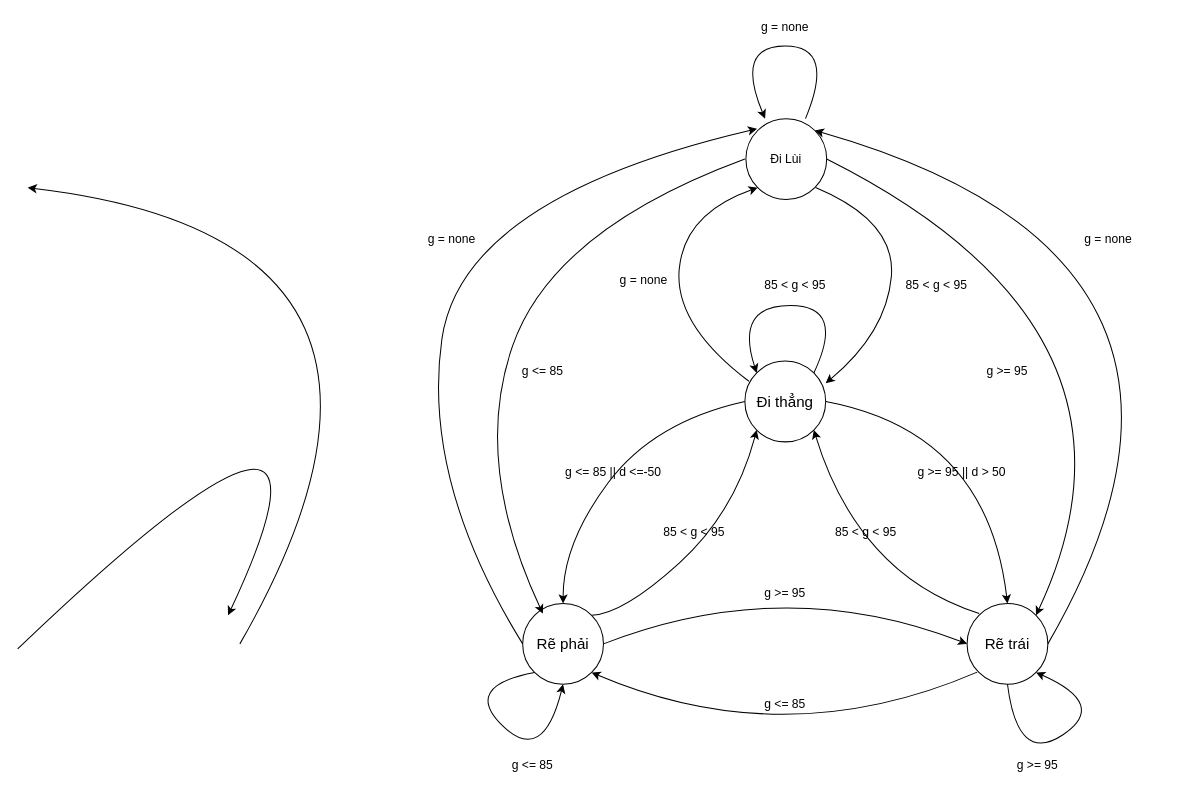
Above: B4.drawio in Dieptranivsr/drawio-github (draw.io), before the change. Source tidied: cells renumbered, new cells numbered last; positions are measured from the earlier drawing's top-left corner, leaving out a move shared by most shapes. Both pictures are drawn from the tidied source at 101%, with x=0, y=0 at pixel (17, 17).
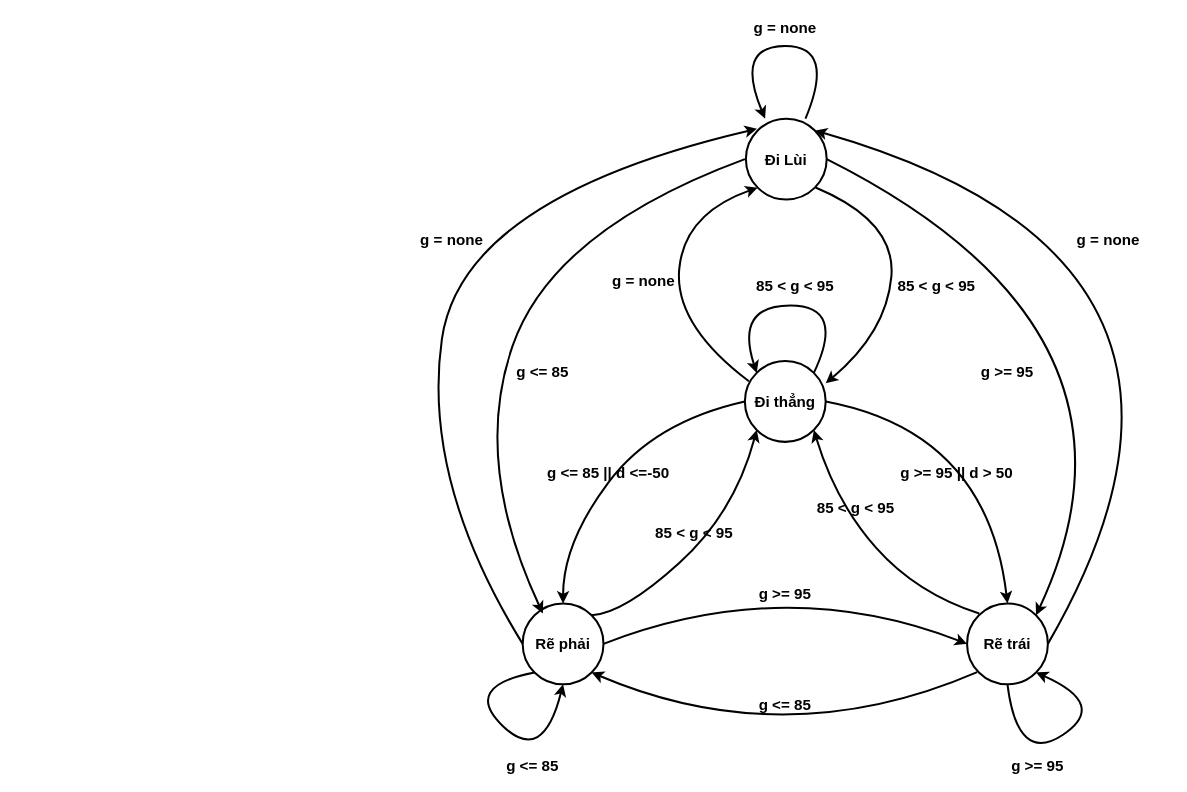
After the change.

Change to the diagram source:
```diff
@@
-    <mxCell id="2" style="curved=1;endArrow=none;html=1;entryX=0;entryY=0.5;entryDx=0;entryDy=0;exitX=0.5;exitY=0;exitDx=0;exitDy=0;startArrow=classic;startFill=1;endFill=0;" parent="1" edge="1" source="6" target="7">
+    <mxCell id="2" style="curved=1;endArrow=none;html=1;entryX=0;entryY=0.5;entryDx=0;entryDy=0;exitX=0.5;exitY=0;exitDx=0;exitDy=0;startArrow=classic;startFill=1;endFill=0;strokeWidth=2;fontSize=15;fontStyle=1;" parent="1" edge="1" source="6" target="7">
       <mxGeometry relative="1" as="geometry">
         <Array as="points">
           <mxPoint x="540" y="520" />
           <mxPoint x="630" y="400" />
         </Array>
       </mxGeometry>
     </mxCell>
-    <mxCell id="3" style="curved=1;endArrow=classic;html=1;exitX=1;exitY=0;exitDx=0;exitDy=0;entryX=0;entryY=1;entryDx=0;entryDy=0;" parent="1" edge="1" source="6" target="7">
+    <mxCell id="3" style="curved=1;endArrow=classic;html=1;exitX=1;exitY=0;exitDx=0;exitDy=0;entryX=0;entryY=1;entryDx=0;entryDy=0;strokeWidth=2;fontSize=15;fontStyle=1;" parent="1" edge="1" source="6" target="7">
       <mxGeometry relative="1" as="geometry">
         <Array as="points">
           <mxPoint x="600" y="590" />
           <mxPoint x="710" y="490" />
         </Array>
       </mxGeometry>
     </mxCell>
-    <mxCell id="4" style="curved=1;endArrow=none;html=1;exitX=1;exitY=1;exitDx=0;exitDy=0;startArrow=classic;startFill=1;endFill=0;" parent="1" edge="1" source="6">
+    <mxCell id="4" style="curved=1;endArrow=none;html=1;exitX=1;exitY=1;exitDx=0;exitDy=0;startArrow=classic;startFill=1;endFill=0;strokeWidth=2;fontSize=15;fontStyle=1;" parent="1" edge="1" source="6">
       <mxGeometry relative="1" as="geometry">
         <mxPoint x="950" y="648" as="targetPoint" />
         <Array as="points">
           <mxPoint x="760" y="730" />
         </Array>
       </mxGeometry>
     </mxCell>
-    <mxCell id="5" style="curved=1;endArrow=none;html=1;entryX=1;entryY=0.5;entryDx=0;entryDy=0;exitX=0.5;exitY=0;exitDx=0;exitDy=0;startArrow=classic;startFill=1;endFill=0;" parent="1" edge="1" source="8" target="7">
+    <mxCell id="5" style="curved=1;endArrow=none;html=1;entryX=1;entryY=0.5;entryDx=0;entryDy=0;exitX=0.5;exitY=0;exitDx=0;exitDy=0;startArrow=classic;startFill=1;endFill=0;strokeWidth=2;fontSize=15;fontStyle=1;" parent="1" edge="1" source="8" target="7">
       <mxGeometry relative="1" as="geometry">
         <Array as="points">
           <mxPoint x="960" y="410" />
         </Array>
       </mxGeometry>
     </mxCell>
-    <mxCell id="6" value="&lt;font style=&quot;font-size: 15px&quot;&gt;Rẽ phải&lt;/font&gt;" style="ellipse;whiteSpace=wrap;html=1;" parent="1" vertex="1">
+    <mxCell id="6" value="&lt;font style=&quot;font-size: 15px;&quot;&gt;Rẽ phải&lt;/font&gt;" style="ellipse;whiteSpace=wrap;html=1;strokeWidth=2;fontSize=15;fontStyle=1;" parent="1" vertex="1">
       <mxGeometry x="500" y="580" width="80" height="80" as="geometry" />
     </mxCell>
-    <mxCell id="7" value="&lt;span style=&quot;font-size: 15px&quot;&gt;Đi thẳng&lt;/span&gt;" style="ellipse;whiteSpace=wrap;html=1;" parent="1" vertex="1">
+    <mxCell id="7" value="&lt;span style=&quot;font-size: 15px;&quot;&gt;Đi thẳng&lt;/span&gt;" style="ellipse;whiteSpace=wrap;html=1;strokeWidth=2;fontSize=15;fontStyle=1;" parent="1" vertex="1">
       <mxGeometry x="720" y="340" width="80" height="80" as="geometry" />
     </mxCell>
-    <mxCell id="8" value="&lt;font style=&quot;font-size: 15px&quot;&gt;Rẽ trái&lt;/font&gt;" style="ellipse;whiteSpace=wrap;html=1;" parent="1" vertex="1">
+    <mxCell id="8" value="&lt;font style=&quot;font-size: 15px;&quot;&gt;Rẽ trái&lt;/font&gt;" style="ellipse;whiteSpace=wrap;html=1;strokeWidth=2;fontSize=15;fontStyle=1;" parent="1" vertex="1">
       <mxGeometry x="940" y="580" width="80" height="80" as="geometry" />
     </mxCell>
-    <mxCell id="9" style="curved=1;endArrow=classic;html=1;entryX=1;entryY=1;entryDx=0;entryDy=0;" parent="1" edge="1" target="7">
+    <mxCell id="9" style="curved=1;endArrow=classic;html=1;entryX=1;entryY=1;entryDx=0;entryDy=0;strokeWidth=2;fontSize=15;fontStyle=1;" parent="1" edge="1" target="7">
       <mxGeometry relative="1" as="geometry">
         <mxPoint x="952" y="590" as="sourcePoint" />
         <Array as="points">
           <mxPoint x="890" y="570" />
           <mxPoint x="810" y="480" />
         </Array>
       </mxGeometry>
     </mxCell>
-    <mxCell id="10" style="curved=1;endArrow=classic;html=1;entryX=0;entryY=0.5;entryDx=0;entryDy=0;exitX=0.5;exitY=1;exitDx=0;exitDy=0;" parent="1" edge="1" target="8">
+    <mxCell id="10" style="curved=1;endArrow=classic;html=1;entryX=0;entryY=0.5;entryDx=0;entryDy=0;exitX=0.5;exitY=1;exitDx=0;exitDy=0;strokeWidth=2;fontSize=15;fontStyle=1;" parent="1" edge="1" target="8">
       <mxGeometry relative="1" as="geometry">
         <mxPoint x="580" y="620" as="sourcePoint" />
         <Array as="points">
           <mxPoint x="760" y="550" />
         </Array>
       </mxGeometry>
     </mxCell>
-    <mxCell id="11" value="g &amp;lt;= 85 || d &amp;lt;=-50" style="text;html=1;strokeColor=none;fillColor=none;align=center;verticalAlign=middle;whiteSpace=wrap;rounded=0;" parent="1" vertex="1">
-      <mxGeometry x="530" y="440" width="120" height="20" as="geometry" />
+    <mxCell id="11" value="g &amp;lt;= 85 || d &amp;lt;=-50" style="text;html=1;strokeColor=none;fillColor=none;align=center;verticalAlign=middle;whiteSpace=wrap;rounded=0;strokeWidth=2;fontSize=15;fontStyle=1;" parent="1" vertex="1">
+      <mxGeometry x="500" y="440" width="170" height="20" as="geometry" />
     </mxCell>
-    <mxCell id="12" value="g &amp;gt;= 95" style="text;html=1;strokeColor=none;fillColor=none;align=center;verticalAlign=middle;whiteSpace=wrap;rounded=0;" parent="1" vertex="1">
+    <mxCell id="12" value="g &amp;gt;= 95" style="text;html=1;strokeColor=none;fillColor=none;align=center;verticalAlign=middle;whiteSpace=wrap;rounded=0;strokeWidth=2;fontSize=15;fontStyle=1;" parent="1" vertex="1">
       <mxGeometry x="720" y="560" width="80" height="20" as="geometry" />
     </mxCell>
-    <mxCell id="13" value="85 &amp;lt; g &amp;lt; 95" style="text;html=1;strokeColor=none;fillColor=none;align=center;verticalAlign=middle;whiteSpace=wrap;rounded=0;" parent="1" vertex="1">
+    <mxCell id="13" value="85 &amp;lt; g &amp;lt; 95" style="text;html=1;strokeColor=none;fillColor=none;align=center;verticalAlign=middle;whiteSpace=wrap;rounded=0;strokeWidth=2;fontSize=15;fontStyle=1;" parent="1" vertex="1">
       <mxGeometry x="610" y="500" width="120" height="20" as="geometry" />
     </mxCell>
-    <mxCell id="14" value="g &amp;gt;= 95 || d &amp;gt; 50" style="text;html=1;strokeColor=none;fillColor=none;align=center;verticalAlign=middle;whiteSpace=wrap;rounded=0;" parent="1" vertex="1">
-      <mxGeometry x="890" y="440" width="90" height="20" as="geometry" />
+    <mxCell id="14" value="g &amp;gt;= 95 || d &amp;gt; 50" style="text;html=1;strokeColor=none;fillColor=none;align=center;verticalAlign=middle;whiteSpace=wrap;rounded=0;strokeWidth=2;fontSize=15;fontStyle=1;" parent="1" vertex="1">
+      <mxGeometry x="850" y="440" width="160" height="20" as="geometry" />
     </mxCell>
-    <mxCell id="15" value="85 &amp;lt; g &amp;lt; 95" style="text;html=1;strokeColor=none;fillColor=none;align=center;verticalAlign=middle;whiteSpace=wrap;rounded=0;" parent="1" vertex="1">
-      <mxGeometry x="780" y="500" width="120" height="20" as="geometry" />
+    <mxCell id="15" value="85 &amp;lt; g &amp;lt; 95" style="text;html=1;strokeColor=none;fillColor=none;align=center;verticalAlign=middle;whiteSpace=wrap;rounded=0;strokeWidth=2;fontSize=15;fontStyle=1;" parent="1" vertex="1">
+      <mxGeometry x="770" y="475" width="120" height="20" as="geometry" />
     </mxCell>
-    <mxCell id="16" value="g &amp;lt;= 85" style="text;html=1;strokeColor=none;fillColor=none;align=center;verticalAlign=middle;whiteSpace=wrap;rounded=0;" parent="1" vertex="1">
+    <mxCell id="16" value="g &amp;lt;= 85" style="text;html=1;strokeColor=none;fillColor=none;align=center;verticalAlign=middle;whiteSpace=wrap;rounded=0;strokeWidth=2;fontSize=15;fontStyle=1;" parent="1" vertex="1">
       <mxGeometry x="700" y="670" width="120" height="20" as="geometry" />
     </mxCell>
-    <mxCell id="17" style="curved=1;endArrow=classic;html=1;entryX=0;entryY=0;entryDx=0;entryDy=0;exitX=1;exitY=0;exitDx=0;exitDy=0;" parent="1" edge="1" source="7" target="7">
+    <mxCell id="17" style="curved=1;endArrow=classic;html=1;entryX=0;entryY=0;entryDx=0;entryDy=0;exitX=1;exitY=0;exitDx=0;exitDy=0;strokeWidth=2;fontSize=15;fontStyle=1;" parent="1" edge="1" source="7" target="7">
       <mxGeometry relative="1" as="geometry">
         <Array as="points">
           <mxPoint x="820" y="285" />
           <mxPoint x="710" y="285" />
         </Array>
       </mxGeometry>
     </mxCell>
-    <mxCell id="18" style="curved=1;endArrow=classic;html=1;exitX=0.5;exitY=1;exitDx=0;exitDy=0;entryX=1;entryY=1;entryDx=0;entryDy=0;" parent="1" edge="1" source="8" target="8">
+    <mxCell id="18" style="curved=1;endArrow=classic;html=1;exitX=0.5;exitY=1;exitDx=0;exitDy=0;entryX=1;entryY=1;entryDx=0;entryDy=0;strokeWidth=2;fontSize=15;fontStyle=1;" parent="1" edge="1" source="8" target="8">
       <mxGeometry relative="1" as="geometry">
         <Array as="points">
           <mxPoint x="990" y="740" />
           <mxPoint x="1080" y="680" />
         </Array>
       </mxGeometry>
     </mxCell>
-    <mxCell id="19" style="curved=1;endArrow=classic;html=1;exitX=0;exitY=1;exitDx=0;exitDy=0;" parent="1" edge="1" source="6">
+    <mxCell id="19" style="curved=1;endArrow=classic;html=1;exitX=0;exitY=1;exitDx=0;exitDy=0;strokeWidth=2;fontSize=15;fontStyle=1;" parent="1" edge="1" source="6">
       <mxGeometry relative="1" as="geometry">
         <mxPoint x="540" y="660" as="targetPoint" />
         <Array as="points">
           <mxPoint x="440" y="662" />
           <mxPoint x="520" y="740" />
         </Array>
       </mxGeometry>
     </mxCell>
-    <mxCell id="20" value="85 &amp;lt; g &amp;lt; 95" style="text;html=1;strokeColor=none;fillColor=none;align=center;verticalAlign=middle;whiteSpace=wrap;rounded=0;" parent="1" vertex="1">
+    <mxCell id="20" value="85 &amp;lt; g &amp;lt; 95" style="text;html=1;strokeColor=none;fillColor=none;align=center;verticalAlign=middle;whiteSpace=wrap;rounded=0;strokeWidth=2;fontSize=15;fontStyle=1;" parent="1" vertex="1">
       <mxGeometry x="710" y="255" width="120" height="20" as="geometry" />
     </mxCell>
-    <mxCell id="21" value="g &amp;gt;= 95" style="text;html=1;strokeColor=none;fillColor=none;align=center;verticalAlign=middle;whiteSpace=wrap;rounded=0;" parent="1" vertex="1">
+    <mxCell id="21" value="g &amp;gt;= 95" style="text;html=1;strokeColor=none;fillColor=none;align=center;verticalAlign=middle;whiteSpace=wrap;rounded=0;strokeWidth=2;fontSize=15;fontStyle=1;" parent="1" vertex="1">
       <mxGeometry x="970" y="730" width="80" height="20" as="geometry" />
     </mxCell>
-    <mxCell id="22" value="g &amp;lt;= 85" style="text;html=1;strokeColor=none;fillColor=none;align=center;verticalAlign=middle;whiteSpace=wrap;rounded=0;" parent="1" vertex="1">
+    <mxCell id="22" value="g &amp;lt;= 85" style="text;html=1;strokeColor=none;fillColor=none;align=center;verticalAlign=middle;whiteSpace=wrap;rounded=0;strokeWidth=2;fontSize=15;fontStyle=1;" parent="1" vertex="1">
       <mxGeometry x="450" y="730" width="120" height="20" as="geometry" />
     </mxCell>
-    <mxCell id="23" style="curved=1;endArrow=classic;html=1;entryX=1;entryY=0;entryDx=0;entryDy=0;exitX=1;exitY=0.5;exitDx=0;exitDy=0;" parent="1" edge="1">
-      <mxGeometry relative="1" as="geometry">
-        <mxPoint y="625" as="sourcePoint" />
-        <mxPoint x="208.3" y="591.7" as="targetPoint" />
-        <Array as="points">
-          <mxPoint x="350" y="290" />
-        </Array>
-      </mxGeometry>
-    </mxCell>
-    <mxCell id="24" style="curved=1;endArrow=none;html=1;entryX=1;entryY=0.5;entryDx=0;entryDy=0;exitX=1;exitY=0;exitDx=0;exitDy=0;endFill=0;startArrow=classic;startFill=1;" parent="1" edge="1">
-      <mxGeometry relative="1" as="geometry">
-        <mxPoint x="10" y="168.3" as="sourcePoint" />
-        <mxPoint x="220" y="620" as="targetPoint" />
-        <Array as="points">
-          <mxPoint x="450" y="220" />
-        </Array>
-      </mxGeometry>
-    </mxCell>
-    <mxCell id="25" value="Đi Lùi" style="ellipse;whiteSpace=wrap;html=1;" parent="1" vertex="1">
+    <mxCell id="25" value="Đi Lùi" style="ellipse;whiteSpace=wrap;html=1;strokeWidth=2;fontSize=15;fontStyle=1;" parent="1" vertex="1">
       <mxGeometry x="721" y="100" width="80" height="80" as="geometry" />
     </mxCell>
-    <mxCell id="26" style="curved=1;endArrow=none;html=1;entryX=1;entryY=0.5;entryDx=0;entryDy=0;exitX=1;exitY=0;exitDx=0;exitDy=0;endFill=0;startArrow=classic;startFill=1;" parent="1" edge="1" source="25" target="8">
+    <mxCell id="26" style="curved=1;endArrow=none;html=1;entryX=1;entryY=0.5;entryDx=0;entryDy=0;exitX=1;exitY=0;exitDx=0;exitDy=0;endFill=0;startArrow=classic;startFill=1;strokeWidth=2;fontSize=15;fontStyle=1;" parent="1" edge="1" source="25" target="8">
       <mxGeometry relative="1" as="geometry">
         <Array as="points">
           <mxPoint x="1240" y="240" />
         </Array>
       </mxGeometry>
     </mxCell>
-    <mxCell id="27" style="curved=1;endArrow=classic;html=1;entryX=1;entryY=0;entryDx=0;entryDy=0;exitX=1;exitY=0.5;exitDx=0;exitDy=0;" parent="1" edge="1" source="25" target="8">
+    <mxCell id="27" style="curved=1;endArrow=classic;html=1;entryX=1;entryY=0;entryDx=0;entryDy=0;exitX=1;exitY=0.5;exitDx=0;exitDy=0;strokeWidth=2;fontSize=15;fontStyle=1;" parent="1" edge="1" source="25" target="8">
       <mxGeometry relative="1" as="geometry">
         <Array as="points">
           <mxPoint x="1140" y="310" />
         </Array>
       </mxGeometry>
     </mxCell>
-    <mxCell id="28" style="curved=1;endArrow=classic;html=1;exitX=0.75;exitY=0.025;exitDx=0;exitDy=0;exitPerimeter=0;" parent="1" edge="1">
+    <mxCell id="28" style="curved=1;endArrow=classic;html=1;exitX=0.75;exitY=0.025;exitDx=0;exitDy=0;exitPerimeter=0;strokeWidth=2;fontSize=15;fontStyle=1;" parent="1" edge="1">
       <mxGeometry relative="1" as="geometry">
         <mxPoint x="780" y="100" as="sourcePoint" />
         <mxPoint x="740" y="100" as="targetPoint" />
         <Array as="points">
           <mxPoint x="810" y="28" />
           <mxPoint x="710" y="28" />
         </Array>
       </mxGeometry>
     </mxCell>
-    <mxCell id="29" style="curved=1;endArrow=classic;html=1;entryX=0;entryY=1;entryDx=0;entryDy=0;exitX=0.05;exitY=0.325;exitDx=0;exitDy=0;exitPerimeter=0;" parent="1" edge="1" target="25">
+    <mxCell id="29" style="curved=1;endArrow=classic;html=1;entryX=0;entryY=1;entryDx=0;entryDy=0;exitX=0.05;exitY=0.325;exitDx=0;exitDy=0;exitPerimeter=0;strokeWidth=2;fontSize=15;fontStyle=1;" parent="1" edge="1" target="25">
       <mxGeometry relative="1" as="geometry">
         <mxPoint x="724" y="360" as="sourcePoint" />
         <Array as="points">
           <mxPoint x="650" y="304" />
           <mxPoint x="660" y="194" />
         </Array>
       </mxGeometry>
     </mxCell>
-    <mxCell id="30" style="curved=1;endArrow=none;html=1;entryX=1;entryY=1;entryDx=0;entryDy=0;startArrow=classic;startFill=1;endFill=0;" parent="1" edge="1">
+    <mxCell id="30" style="curved=1;endArrow=none;html=1;entryX=1;entryY=1;entryDx=0;entryDy=0;startArrow=classic;startFill=1;endFill=0;strokeWidth=2;fontSize=15;fontStyle=1;" parent="1" edge="1">
       <mxGeometry relative="1" as="geometry">
         <mxPoint x="800" y="362" as="sourcePoint" />
         <mxPoint x="790" y="168.1" as="targetPoint" />
         <Array as="points">
           <mxPoint x="860" y="311.6" />
           <mxPoint x="870" y="201.6" />
         </Array>
       </mxGeometry>
     </mxCell>
-    <mxCell id="31" style="curved=1;endArrow=classic;html=1;exitX=0;exitY=0.5;exitDx=0;exitDy=0;" parent="1" edge="1" source="6">
+    <mxCell id="31" style="curved=1;endArrow=classic;html=1;exitX=0;exitY=0.5;exitDx=0;exitDy=0;strokeWidth=2;fontSize=15;fontStyle=1;" parent="1" edge="1" source="6">
       <mxGeometry relative="1" as="geometry">
         <mxPoint x="732" y="110" as="targetPoint" />
         <Array as="points">
           <mxPoint x="400" y="458.3" />
           <mxPoint x="440" y="178.3" />
         </Array>
       </mxGeometry>
     </mxCell>
-    <mxCell id="32" style="curved=1;endArrow=none;html=1;startArrow=classic;startFill=1;endFill=0;" parent="1" edge="1">
+    <mxCell id="32" style="curved=1;endArrow=none;html=1;startArrow=classic;startFill=1;endFill=0;strokeWidth=2;fontSize=15;fontStyle=1;" parent="1" edge="1">
       <mxGeometry relative="1" as="geometry">
         <mxPoint x="520" y="590" as="sourcePoint" />
         <mxPoint x="720" y="140" as="targetPoint" />
         <Array as="points">
           <mxPoint x="450" y="440" />
           <mxPoint x="530" y="210" />
         </Array>
       </mxGeometry>
     </mxCell>
-    <mxCell id="33" value="g &amp;lt;= 85" style="text;html=1;strokeColor=none;fillColor=none;align=center;verticalAlign=middle;whiteSpace=wrap;rounded=0;" parent="1" vertex="1">
+    <mxCell id="33" value="g &amp;lt;= 85" style="text;html=1;strokeColor=none;fillColor=none;align=center;verticalAlign=middle;whiteSpace=wrap;rounded=0;strokeWidth=2;fontSize=15;fontStyle=1;" parent="1" vertex="1">
       <mxGeometry x="460" y="340" width="120" height="20" as="geometry" />
     </mxCell>
-    <mxCell id="34" value="g &amp;gt;= 95" style="text;html=1;strokeColor=none;fillColor=none;align=center;verticalAlign=middle;whiteSpace=wrap;rounded=0;" parent="1" vertex="1">
+    <mxCell id="34" value="g &amp;gt;= 95" style="text;html=1;strokeColor=none;fillColor=none;align=center;verticalAlign=middle;whiteSpace=wrap;rounded=0;strokeWidth=2;fontSize=15;fontStyle=1;" parent="1" vertex="1">
       <mxGeometry x="940" y="340" width="80" height="20" as="geometry" />
     </mxCell>
-    <mxCell id="35" value="g = none" style="text;html=1;strokeColor=none;fillColor=none;align=center;verticalAlign=middle;whiteSpace=wrap;rounded=0;" parent="1" vertex="1">
+    <mxCell id="35" value="g = none" style="text;html=1;strokeColor=none;fillColor=none;align=center;verticalAlign=middle;whiteSpace=wrap;rounded=0;strokeWidth=2;fontSize=15;fontStyle=1;" parent="1" vertex="1">
       <mxGeometry x="700" width="120" height="20" as="geometry" />
     </mxCell>
-    <mxCell id="36" value="g = none" style="text;html=1;strokeColor=none;fillColor=none;align=center;verticalAlign=middle;whiteSpace=wrap;rounded=0;" parent="1" vertex="1">
+    <mxCell id="36" value="g = none" style="text;html=1;strokeColor=none;fillColor=none;align=center;verticalAlign=middle;whiteSpace=wrap;rounded=0;strokeWidth=2;fontSize=15;fontStyle=1;" parent="1" vertex="1">
       <mxGeometry x="370" y="210" width="120" height="20" as="geometry" />
     </mxCell>
-    <mxCell id="37" value="g = none" style="text;html=1;strokeColor=none;fillColor=none;align=center;verticalAlign=middle;whiteSpace=wrap;rounded=0;" parent="1" vertex="1">
+    <mxCell id="37" value="g = none" style="text;html=1;strokeColor=none;fillColor=none;align=center;verticalAlign=middle;whiteSpace=wrap;rounded=0;strokeWidth=2;fontSize=15;fontStyle=1;" parent="1" vertex="1">
       <mxGeometry x="1020" y="210" width="120" height="20" as="geometry" />
     </mxCell>
-    <mxCell id="38" value="g = none" style="text;html=1;strokeColor=none;fillColor=none;align=center;verticalAlign=middle;whiteSpace=wrap;rounded=0;" parent="1" vertex="1">
+    <mxCell id="38" value="g = none" style="text;html=1;strokeColor=none;fillColor=none;align=center;verticalAlign=middle;whiteSpace=wrap;rounded=0;strokeWidth=2;fontSize=15;fontStyle=1;" parent="1" vertex="1">
       <mxGeometry x="560" y="250" width="120" height="20" as="geometry" />
     </mxCell>
-    <mxCell id="39" value="85 &amp;lt; g &amp;lt; 95" style="text;html=1;strokeColor=none;fillColor=none;align=center;verticalAlign=middle;whiteSpace=wrap;rounded=0;" parent="1" vertex="1">
+    <mxCell id="39" value="85 &amp;lt; g &amp;lt; 95" style="text;html=1;strokeColor=none;fillColor=none;align=center;verticalAlign=middle;whiteSpace=wrap;rounded=0;strokeWidth=2;fontSize=15;fontStyle=1;" parent="1" vertex="1">
       <mxGeometry x="850" y="255" width="120" height="20" as="geometry" />
     </mxCell>
```
